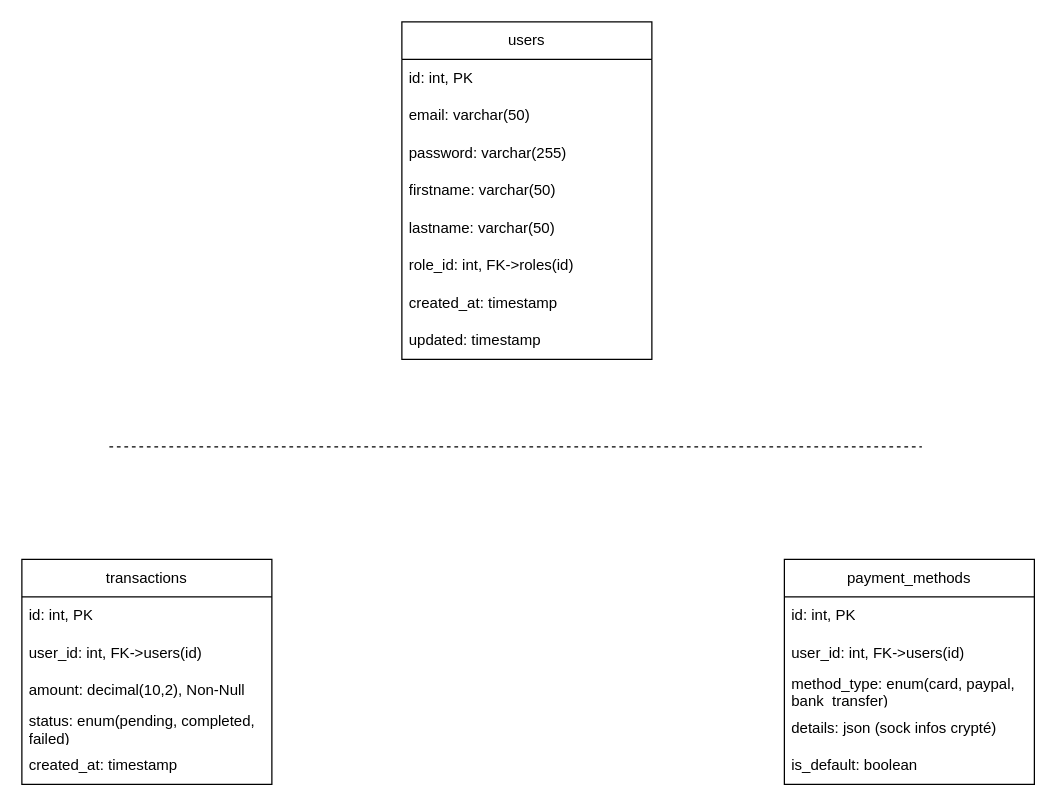
This is MS_Payment.drawio from TBERT31/P13-YourCarYourWay_MessageApp_JavaAngular, a draw.io file, before an edit. Source tidied: cells renumbered, new cells numbered last; positions are measured from the earlier drawing's top-left corner, leaving out a move shared by most shapes. Both pictures are drawn from the tidied source at 125%, with x=0, y=0 at pixel (21, 21).
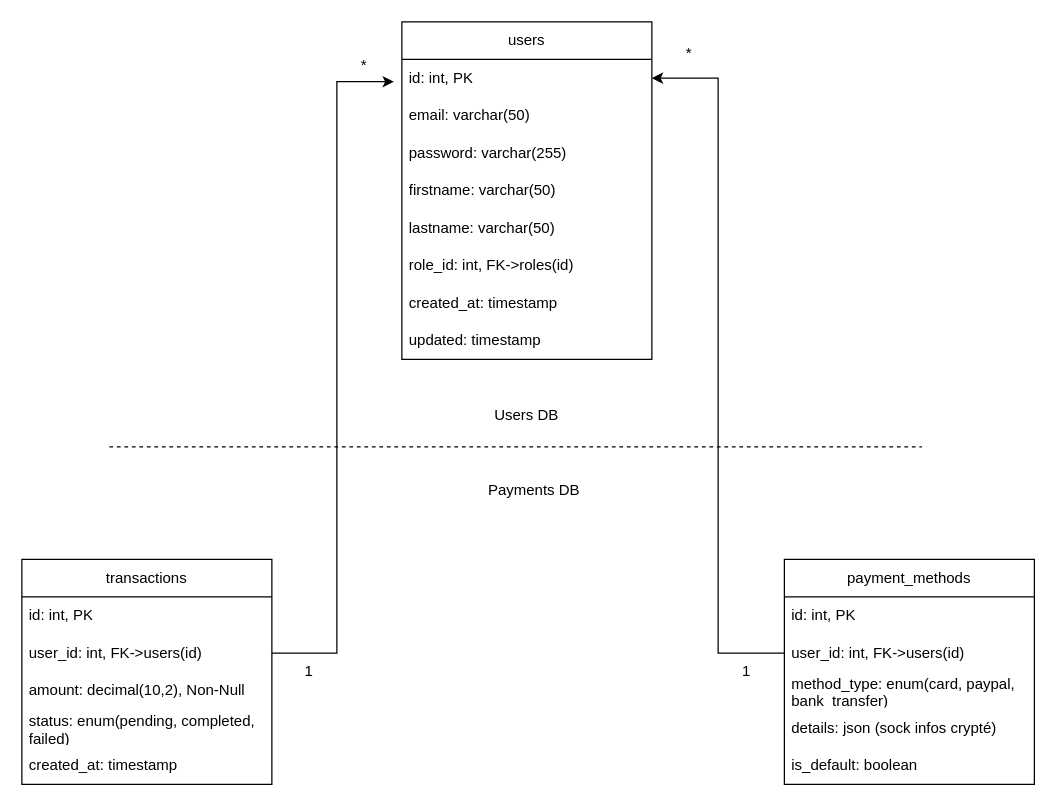
After the change.

Commit message:
Mettre à jour MS_Payment.drawio

Unchanged cells that the change refers to:
```xml
<mxCell id="4" value="user_id: int, FK-&amp;gt;users(id)" style="text;strokeColor=none;fillColor=none;align=left;verticalAlign=middle;spacingLeft=4;spacingRight=4;overflow=hidden;points=[[0,0.5],[1,0.5]];portConstraint=eastwest;whiteSpace=wrap;html=1;" parent="2" vertex="1">
  <mxGeometry y="60" width="200" height="30" as="geometry" />
</mxCell>
<mxCell id="10" value="user_id: int, FK-&amp;gt;users(id)" style="text;strokeColor=none;fillColor=none;align=left;verticalAlign=middle;spacingLeft=4;spacingRight=4;overflow=hidden;points=[[0,0.5],[1,0.5]];portConstraint=eastwest;whiteSpace=wrap;html=1;" parent="8" vertex="1">
  <mxGeometry y="60" width="200" height="30" as="geometry" />
</mxCell>
<mxCell id="16" value="id: int, PK" style="text;strokeColor=none;fillColor=none;align=left;verticalAlign=middle;spacingLeft=4;spacingRight=4;overflow=hidden;points=[[0,0.5],[1,0.5]];portConstraint=eastwest;whiteSpace=wrap;html=1;" parent="15" vertex="1">
  <mxGeometry y="30" width="200" height="30" as="geometry" />
</mxCell>
```

The edit, as a diff of the source:
```diff
@@
+    <mxCell id="24" style="edgeStyle=orthogonalEdgeStyle;rounded=0;jettySize=auto;html=1;entryX=-0.032;entryY=0.594;entryDx=0;entryDy=0;entryPerimeter=0;" parent="1" edge="1" source="4" target="16">
+      <mxGeometry relative="1" as="geometry" />
+    </mxCell>
+    <mxCell id="25" style="edgeStyle=orthogonalEdgeStyle;rounded=0;jettySize=auto;html=1;entryX=1;entryY=0.5;entryDx=0;entryDy=0;" parent="1" edge="1" source="10" target="16">
+      <mxGeometry relative="1" as="geometry" />
+    </mxCell>
+    <mxCell id="26" value="1" style="text;html=1;align=center;verticalAlign=middle;whiteSpace=wrap;rounded=0;" parent="1" vertex="1">
+      <mxGeometry x="200" y="505" width="60" height="30" as="geometry" />
+    </mxCell>
+    <mxCell id="27" value="*" style="text;html=1;align=center;verticalAlign=middle;whiteSpace=wrap;rounded=0;" parent="1" vertex="1">
+      <mxGeometry x="244" y="20" width="60" height="30" as="geometry" />
+    </mxCell>
+    <mxCell id="28" value="1" style="text;html=1;align=center;verticalAlign=middle;whiteSpace=wrap;rounded=0;" parent="1" vertex="1">
+      <mxGeometry x="550" y="505" width="60" height="30" as="geometry" />
+    </mxCell>
+    <mxCell id="29" value="*" style="text;html=1;align=center;verticalAlign=middle;whiteSpace=wrap;rounded=0;" parent="1" vertex="1">
+      <mxGeometry x="504" y="10" width="60" height="30" as="geometry" />
+    </mxCell>
+    <mxCell id="30" value="Payments DB" style="text;html=1;align=center;verticalAlign=middle;whiteSpace=wrap;rounded=0;" parent="1" vertex="1">
+      <mxGeometry x="360" y="360" width="100" height="30" as="geometry" />
+    </mxCell>
+    <mxCell id="31" value="Users DB" style="text;html=1;align=center;verticalAlign=middle;whiteSpace=wrap;rounded=0;" parent="1" vertex="1">
+      <mxGeometry x="354" y="300" width="100" height="30" as="geometry" />
+    </mxCell>
```
